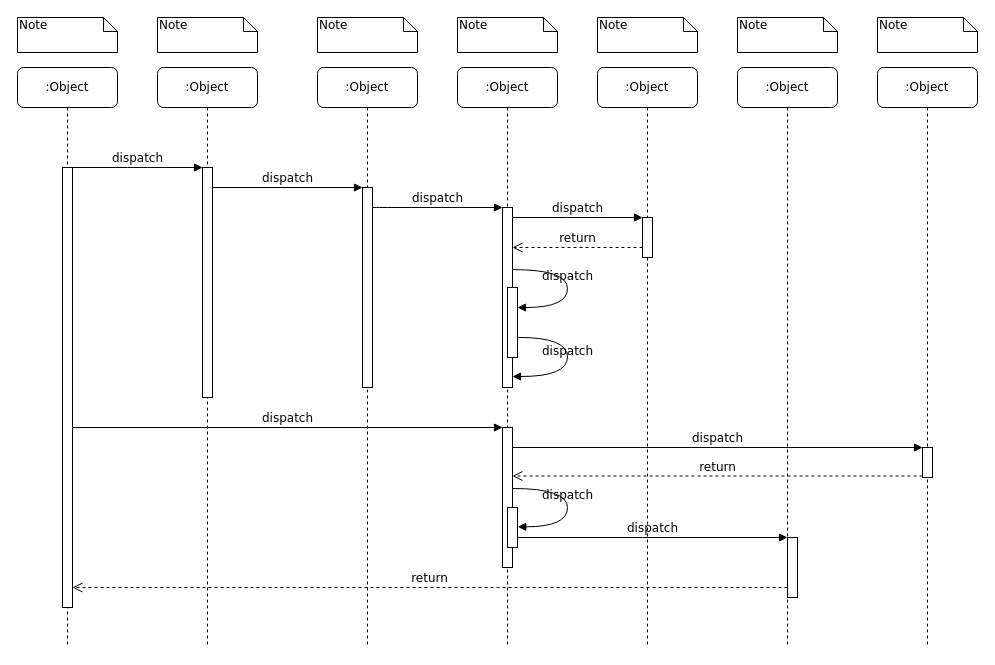
Earlier version of the draw.io diagram State Diagram.drawio (flamingosoft/uml). Source tidied: cells renumbered, new cells numbered last; positions are measured from the earlier drawing's top-left corner, leaving out a move shared by most shapes. Both pictures are drawn from the tidied source at 100%, with x=0, y=0 at pixel (17, 17).
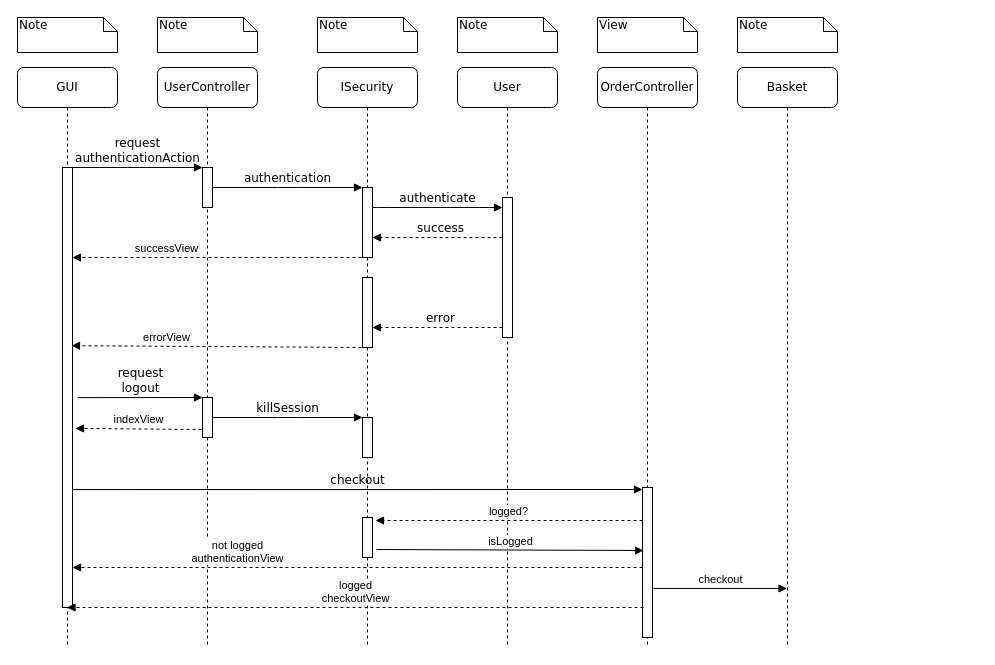
The same diagram, later.

Unchanged cells that the change refers to:
```xml
<mxCell id="11" style="html=1;points=[];perimeter=orthogonalPerimeter;rounded=0;shadow=0;comic=0;labelBackgroundColor=none;strokeWidth=1;fontFamily=Verdana;fontSize=12;align=center;" parent="10" vertex="1">
  <mxGeometry x="45" y="100" width="10" height="440" as="geometry" />
</mxCell>
```

Diff of the diagram source:
```diff
@@
-    <mxCell id="2" value=":Object" style="shape=umlLifeline;perimeter=lifelinePerimeter;whiteSpace=wrap;html=1;rounded=1;shadow=0;comic=0;labelBackgroundColor=none;strokeWidth=1;fontFamily=Verdana;fontSize=12;align=center;" parent="1" vertex="1">
+    <mxCell id="2" value="UserController" style="shape=umlLifeline;perimeter=lifelinePerimeter;whiteSpace=wrap;html=1;rounded=1;shadow=0;comic=0;labelBackgroundColor=none;strokeWidth=1;fontFamily=Verdana;fontSize=12;align=center;" parent="1" vertex="1">
       <mxGeometry x="140" y="50" width="100" height="580" as="geometry" />
     </mxCell>
     <mxCell id="3" style="html=1;points=[];perimeter=orthogonalPerimeter;rounded=0;shadow=0;comic=0;labelBackgroundColor=none;strokeWidth=1;fontFamily=Verdana;fontSize=12;align=center;" parent="2" vertex="1">
-      <mxGeometry x="45" y="100" width="10" height="230" as="geometry" />
+      <mxGeometry x="45" y="100" width="10" height="40" as="geometry" />
     </mxCell>
+    <mxCell id="39" style="html=1;points=[];perimeter=orthogonalPerimeter;rounded=0;shadow=0;comic=0;labelBackgroundColor=none;strokeWidth=1;fontFamily=Verdana;fontSize=12;align=center;" parent="2" vertex="1">
+      <mxGeometry x="45" y="330" width="10" height="40" as="geometry" />
+    </mxCell>
-    <mxCell id="4" value=":Object" style="shape=umlLifeline;perimeter=lifelinePerimeter;whiteSpace=wrap;html=1;rounded=1;shadow=0;comic=0;labelBackgroundColor=none;strokeWidth=1;fontFamily=Verdana;fontSize=12;align=center;" parent="1" vertex="1">
+    <mxCell id="4" value="ISecurity" style="shape=umlLifeline;perimeter=lifelinePerimeter;whiteSpace=wrap;html=1;rounded=1;shadow=0;comic=0;labelBackgroundColor=none;strokeWidth=1;fontFamily=Verdana;fontSize=12;align=center;" parent="1" vertex="1">
       <mxGeometry x="300" y="50" width="100" height="580" as="geometry" />
     </mxCell>
     <mxCell id="5" style="html=1;points=[];perimeter=orthogonalPerimeter;rounded=0;shadow=0;comic=0;labelBackgroundColor=none;strokeWidth=1;fontFamily=Verdana;fontSize=12;align=center;" parent="4" vertex="1">
-      <mxGeometry x="45" y="120" width="10" height="200" as="geometry" />
+      <mxGeometry x="45" y="120" width="10" height="70" as="geometry" />
     </mxCell>
+    <mxCell id="40" value="successView" style="html=1;verticalAlign=bottom;endArrow=block;dashed=1;" parent="4" edge="1" target="11">
+      <mxGeometry x="0.36" relative="1" as="geometry">
+        <mxPoint x="50" y="190" as="sourcePoint" />
+      </mxGeometry>
+    </mxCell>
+    <mxCell id="41" style="html=1;points=[];perimeter=orthogonalPerimeter;rounded=0;shadow=0;comic=0;labelBackgroundColor=none;strokeWidth=1;fontFamily=Verdana;fontSize=12;align=center;" parent="4" vertex="1">
+      <mxGeometry x="45" y="210" width="10" height="70" as="geometry" />
+    </mxCell>
+    <mxCell id="42" value="errorView" style="html=1;verticalAlign=bottom;endArrow=block;entryX=0.9;entryY=0.405;entryDx=0;entryDy=0;entryPerimeter=0;dashed=1;" parent="4" edge="1" target="11">
+      <mxGeometry x="0.36" relative="1" as="geometry">
+        <mxPoint x="50" y="280" as="sourcePoint" />
+      </mxGeometry>
+    </mxCell>
+    <mxCell id="43" value="error" style="html=1;verticalAlign=bottom;endArrow=block;labelBackgroundColor=none;fontFamily=Verdana;fontSize=12;edgeStyle=elbowEdgeStyle;elbow=vertical;dashed=1;" parent="4" edge="1" target="41">
+      <mxGeometry x="-0.04" relative="1" as="geometry">
+        <mxPoint x="185" y="260" as="sourcePoint" />
+        <Array as="points">
+          <mxPoint x="160" y="260" />
+        </Array>
+      </mxGeometry>
+    </mxCell>
+    <mxCell id="44" style="html=1;points=[];perimeter=orthogonalPerimeter;rounded=0;shadow=0;comic=0;labelBackgroundColor=none;strokeWidth=1;fontFamily=Verdana;fontSize=12;align=center;" parent="4" vertex="1">
+      <mxGeometry x="45" y="350" width="10" height="40" as="geometry" />
+    </mxCell>
+    <mxCell id="45" style="html=1;points=[];perimeter=orthogonalPerimeter;rounded=0;shadow=0;comic=0;labelBackgroundColor=none;strokeWidth=1;fontFamily=Verdana;fontSize=12;align=center;" parent="4" vertex="1">
+      <mxGeometry x="45" y="450" width="10" height="40" as="geometry" />
+    </mxCell>
-    <mxCell id="6" value=":Object" style="shape=umlLifeline;perimeter=lifelinePerimeter;whiteSpace=wrap;html=1;rounded=1;shadow=0;comic=0;labelBackgroundColor=none;strokeWidth=1;fontFamily=Verdana;fontSize=12;align=center;" parent="1" vertex="1">
+    <mxCell id="6" value="User" style="shape=umlLifeline;perimeter=lifelinePerimeter;whiteSpace=wrap;html=1;rounded=1;shadow=0;comic=0;labelBackgroundColor=none;strokeWidth=1;fontFamily=Verdana;fontSize=12;align=center;" parent="1" vertex="1">
       <mxGeometry x="440" y="50" width="100" height="580" as="geometry" />
     </mxCell>
-    <mxCell id="7" value=":Object" style="shape=umlLifeline;perimeter=lifelinePerimeter;whiteSpace=wrap;html=1;rounded=1;shadow=0;comic=0;labelBackgroundColor=none;strokeWidth=1;fontFamily=Verdana;fontSize=12;align=center;" parent="1" vertex="1">
+    <mxCell id="7" value="OrderController" style="shape=umlLifeline;perimeter=lifelinePerimeter;whiteSpace=wrap;html=1;rounded=1;shadow=0;comic=0;labelBackgroundColor=none;strokeWidth=1;fontFamily=Verdana;fontSize=12;align=center;" parent="1" vertex="1">
       <mxGeometry x="580" y="50" width="100" height="580" as="geometry" />
     </mxCell>
+    <mxCell id="46" style="html=1;points=[];perimeter=orthogonalPerimeter;rounded=0;shadow=0;comic=0;labelBackgroundColor=none;strokeWidth=1;fontFamily=Verdana;fontSize=12;align=center;" parent="7" vertex="1">
+      <mxGeometry x="45" y="420" width="10" height="150" as="geometry" />
+    </mxCell>
-    <mxCell id="8" value=":Object" style="shape=umlLifeline;perimeter=lifelinePerimeter;whiteSpace=wrap;html=1;outlineConnect=0;rounded=1;shadow=0;comic=0;labelBackgroundColor=none;strokeWidth=1;fontFamily=Verdana;fontSize=12;align=center;" parent="1" vertex="1">
+    <mxCell id="8" value="Basket" style="shape=umlLifeline;perimeter=lifelinePerimeter;whiteSpace=wrap;html=1;outlineConnect=0;rounded=1;shadow=0;comic=0;labelBackgroundColor=none;strokeWidth=1;fontFamily=Verdana;fontSize=12;align=center;" parent="1" vertex="1">
       <mxGeometry x="720" y="50" width="100" height="580" as="geometry" />
     </mxCell>
-    <mxCell id="9" value=":Object" style="shape=umlLifeline;perimeter=lifelinePerimeter;whiteSpace=wrap;html=1;rounded=1;shadow=0;comic=0;labelBackgroundColor=none;strokeWidth=1;fontFamily=Verdana;fontSize=12;align=center;" parent="1" vertex="1">
-      <mxGeometry x="860" y="50" width="100" height="580" as="geometry" />
-    </mxCell>
-    <mxCell id="10" value=":Object" style="shape=umlLifeline;perimeter=lifelinePerimeter;whiteSpace=wrap;html=1;outlineConnect=0;rounded=1;shadow=0;comic=0;labelBackgroundColor=none;strokeWidth=1;fontFamily=Verdana;fontSize=12;align=center;" parent="1" vertex="1">
+    <mxCell id="10" value="GUI" style="shape=umlLifeline;perimeter=lifelinePerimeter;whiteSpace=wrap;html=1;outlineConnect=0;rounded=1;shadow=0;comic=0;labelBackgroundColor=none;strokeWidth=1;fontFamily=Verdana;fontSize=12;align=center;" parent="1" vertex="1">
       <mxGeometry y="50" width="100" height="580" as="geometry" />
     </mxCell>
@@
     <mxCell id="12" style="html=1;points=[];perimeter=orthogonalPerimeter;rounded=0;shadow=0;comic=0;labelBackgroundColor=none;strokeWidth=1;fontFamily=Verdana;fontSize=12;align=center;" parent="1" vertex="1">
-      <mxGeometry x="485" y="190" width="10" height="180" as="geometry" />
+      <mxGeometry x="485" y="180" width="10" height="140" as="geometry" />
     </mxCell>
-    <mxCell id="13" value="dispatch" style="html=1;verticalAlign=bottom;endArrow=block;labelBackgroundColor=none;fontFamily=Verdana;fontSize=12;edgeStyle=elbowEdgeStyle;elbow=vertical;" parent="1" edge="1" source="5" target="12">
+    <mxCell id="13" value="authenticate" style="html=1;verticalAlign=bottom;endArrow=block;labelBackgroundColor=none;fontFamily=Verdana;fontSize=12;edgeStyle=elbowEdgeStyle;elbow=vertical;" parent="1" edge="1" source="5" target="12">
       <mxGeometry relative="1" as="geometry">
         <Array as="points">
           <mxPoint x="360" y="190" />
         </Array>
       </mxGeometry>
     </mxCell>
-    <mxCell id="14" style="html=1;points=[];perimeter=orthogonalPerimeter;rounded=0;shadow=0;comic=0;labelBackgroundColor=none;strokeWidth=1;fontFamily=Verdana;fontSize=12;align=center;" parent="1" vertex="1">
-      <mxGeometry x="625" y="200" width="10" height="40" as="geometry" />
-    </mxCell>
-    <mxCell id="15" value="dispatch" style="html=1;verticalAlign=bottom;endArrow=block;entryX=0;entryY=0;labelBackgroundColor=none;fontFamily=Verdana;fontSize=12;edgeStyle=elbowEdgeStyle;elbow=vertical;" parent="1" edge="1" source="12" target="14">
-      <mxGeometry relative="1" as="geometry" />
+    <mxCell id="15" value="success" style="html=1;verticalAlign=bottom;endArrow=block;labelBackgroundColor=none;fontFamily=Verdana;fontSize=12;edgeStyle=elbowEdgeStyle;elbow=vertical;dashed=1;" parent="1" edge="1" source="12" target="5">
+      <mxGeometry x="-0.04" relative="1" as="geometry">
+        <Array as="points">
+          <mxPoint x="460" y="220" />
+        </Array>
+      </mxGeometry>
     </mxCell>
-    <mxCell id="16" value="return" style="html=1;verticalAlign=bottom;endArrow=open;dashed=1;endSize=8;labelBackgroundColor=none;fontFamily=Verdana;fontSize=12;edgeStyle=elbowEdgeStyle;elbow=vertical;" parent="1" edge="1" source="14" target="12">
-      <mxGeometry relative="1" as="geometry">
-        <Array as="points">
-          <mxPoint x="570" y="230" />
-          <mxPoint x="600" y="230" />
-        </Array>
-      </mxGeometry>
-    </mxCell>
-    <mxCell id="17" style="html=1;points=[];perimeter=orthogonalPerimeter;rounded=0;shadow=0;comic=0;labelBackgroundColor=none;strokeWidth=1;fontFamily=Verdana;fontSize=12;align=center;" parent="1" vertex="1">
-      <mxGeometry x="485" y="410" width="10" height="140" as="geometry" />
-    </mxCell>
-    <mxCell id="18" value="dispatch" style="html=1;verticalAlign=bottom;endArrow=block;entryX=0;entryY=0;labelBackgroundColor=none;fontFamily=Verdana;fontSize=12;" parent="1" edge="1" source="11" target="17">
-      <mxGeometry relative="1" as="geometry" />
-    </mxCell>
-    <mxCell id="19" style="html=1;points=[];perimeter=orthogonalPerimeter;rounded=0;shadow=0;comic=0;labelBackgroundColor=none;strokeColor=#000000;strokeWidth=1;fillColor=#FFFFFF;fontFamily=Verdana;fontSize=12;fontColor=#000000;align=center;" parent="1" vertex="1">
-      <mxGeometry x="905" y="430" width="10" height="30" as="geometry" />
-    </mxCell>
-    <mxCell id="20" value="dispatch" style="html=1;verticalAlign=bottom;endArrow=block;entryX=0;entryY=0;labelBackgroundColor=none;fontFamily=Verdana;fontSize=12;" parent="1" edge="1" source="17" target="19">
-      <mxGeometry relative="1" as="geometry" />
-    </mxCell>
-    <mxCell id="21" value="return" style="html=1;verticalAlign=bottom;endArrow=open;dashed=1;endSize=8;exitX=0;exitY=0.95;labelBackgroundColor=none;fontFamily=Verdana;fontSize=12;" parent="1" edge="1" source="19" target="17">
-      <mxGeometry relative="1" as="geometry" />
-    </mxCell>
-    <mxCell id="22" style="html=1;points=[];perimeter=orthogonalPerimeter;rounded=0;shadow=0;comic=0;labelBackgroundColor=none;strokeWidth=1;fontFamily=Verdana;fontSize=12;align=center;" parent="1" vertex="1">
-      <mxGeometry x="770" y="520" width="10" height="60" as="geometry" />
-    </mxCell>
-    <mxCell id="23" value="dispatch" style="html=1;verticalAlign=bottom;endArrow=block;entryX=0;entryY=0;labelBackgroundColor=none;fontFamily=Verdana;fontSize=12;edgeStyle=elbowEdgeStyle;elbow=vertical;" parent="1" edge="1" source="30" target="22">
-      <mxGeometry relative="1" as="geometry" />
-    </mxCell>
-    <mxCell id="24" value="return" style="html=1;verticalAlign=bottom;endArrow=open;dashed=1;endSize=8;labelBackgroundColor=none;fontFamily=Verdana;fontSize=12;edgeStyle=elbowEdgeStyle;elbow=vertical;" parent="1" edge="1" source="22" target="11">
-      <mxGeometry relative="1" as="geometry">
-        <Array as="points">
-          <mxPoint x="470" y="570" />
-        </Array>
-      </mxGeometry>
-    </mxCell>
-    <mxCell id="25" value="dispatch" style="html=1;verticalAlign=bottom;endArrow=block;entryX=0;entryY=0;labelBackgroundColor=none;fontFamily=Verdana;fontSize=12;edgeStyle=elbowEdgeStyle;elbow=vertical;" parent="1" edge="1" source="11" target="3">
+    <mxCell id="25" value="request&lt;br&gt;authenticationAction" style="html=1;verticalAlign=bottom;endArrow=block;entryX=0;entryY=0;labelBackgroundColor=none;fontFamily=Verdana;fontSize=12;edgeStyle=elbowEdgeStyle;elbow=vertical;" parent="1" edge="1" source="11" target="3">
       <mxGeometry relative="1" as="geometry" />
     </mxCell>
-    <mxCell id="26" value="dispatch" style="html=1;verticalAlign=bottom;endArrow=block;entryX=0;entryY=0;labelBackgroundColor=none;fontFamily=Verdana;fontSize=12;edgeStyle=elbowEdgeStyle;elbow=vertical;" parent="1" edge="1" source="3" target="5">
+    <mxCell id="26" value="authentication" style="html=1;verticalAlign=bottom;endArrow=block;entryX=0;entryY=0;labelBackgroundColor=none;fontFamily=Verdana;fontSize=12;edgeStyle=elbowEdgeStyle;elbow=vertical;" parent="1" edge="1" source="3" target="5">
       <mxGeometry relative="1" as="geometry" />
     </mxCell>
-    <mxCell id="27" style="html=1;points=[];perimeter=orthogonalPerimeter;rounded=0;shadow=0;comic=0;labelBackgroundColor=none;strokeWidth=1;fontFamily=Verdana;fontSize=12;align=center;" parent="1" vertex="1">
-      <mxGeometry x="490" y="270" width="10" height="70" as="geometry" />
-    </mxCell>
-    <mxCell id="28" value="dispatch" style="html=1;verticalAlign=bottom;endArrow=block;labelBackgroundColor=none;fontFamily=Verdana;fontSize=12;elbow=vertical;edgeStyle=orthogonalEdgeStyle;curved=1;entryX=1;entryY=0.286;entryPerimeter=0;exitX=1.038;exitY=0.345;exitPerimeter=0;" parent="1" edge="1" source="12" target="27">
-      <mxGeometry relative="1" as="geometry">
-        <Array as="points">
-          <mxPoint x="550" y="252" />
-          <mxPoint x="550" y="290" />
-        </Array>
-      </mxGeometry>
-    </mxCell>
-    <mxCell id="29" value="dispatch" style="html=1;verticalAlign=bottom;endArrow=block;labelBackgroundColor=none;fontFamily=Verdana;fontSize=12;elbow=vertical;edgeStyle=orthogonalEdgeStyle;curved=1;exitX=1.066;exitY=0.713;exitPerimeter=0;" parent="1" edge="1" source="27">
-      <mxGeometry relative="1" as="geometry">
-        <mxPoint x="495" y="359" as="targetPoint" />
-        <Array as="points">
-          <mxPoint x="550" y="320" />
-          <mxPoint x="550" y="359" />
-        </Array>
-      </mxGeometry>
-    </mxCell>
-    <mxCell id="30" style="html=1;points=[];perimeter=orthogonalPerimeter;rounded=0;shadow=0;comic=0;labelBackgroundColor=none;strokeWidth=1;fontFamily=Verdana;fontSize=12;align=center;" parent="1" vertex="1">
-      <mxGeometry x="490" y="490" width="10" height="40" as="geometry" />
-    </mxCell>
-    <mxCell id="31" value="dispatch" style="html=1;verticalAlign=bottom;endArrow=block;labelBackgroundColor=none;fontFamily=Verdana;fontSize=12;elbow=vertical;edgeStyle=orthogonalEdgeStyle;curved=1;entryX=1;entryY=0.286;entryPerimeter=0;exitX=1.038;exitY=0.345;exitPerimeter=0;" parent="1" edge="1">
-      <mxGeometry relative="1" as="geometry">
-        <mxPoint x="495.3" y="471" as="sourcePoint" />
-        <mxPoint x="500.3" y="509.3" as="targetPoint" />
-        <Array as="points">
-          <mxPoint x="550" y="471" />
-          <mxPoint x="550" y="509" />
-        </Array>
-      </mxGeometry>
-    </mxCell>
@@
-    <mxCell id="36" value="Note" style="shape=note;whiteSpace=wrap;html=1;size=14;verticalAlign=top;align=left;spacingTop=-6;rounded=0;shadow=0;comic=0;labelBackgroundColor=none;strokeWidth=1;fontFamily=Verdana;fontSize=12;" parent="1" vertex="1">
+    <mxCell id="36" value="View" style="shape=note;whiteSpace=wrap;html=1;size=14;verticalAlign=top;align=left;spacingTop=-6;rounded=0;shadow=0;comic=0;labelBackgroundColor=none;strokeWidth=1;fontFamily=Verdana;fontSize=12;" parent="1" vertex="1">
       <mxGeometry x="580" width="100" height="35" as="geometry" />
     </mxCell>
@@
-    <mxCell id="38" value="Note" style="shape=note;whiteSpace=wrap;html=1;size=14;verticalAlign=top;align=left;spacingTop=-6;rounded=0;shadow=0;comic=0;labelBackgroundColor=none;strokeWidth=1;fontFamily=Verdana;fontSize=12;" parent="1" vertex="1">
-      <mxGeometry x="860" width="100" height="35" as="geometry" />
-    </mxCell>
+    <mxCell id="47" value="killSession" style="html=1;verticalAlign=bottom;endArrow=block;entryX=0;entryY=0;labelBackgroundColor=none;fontFamily=Verdana;fontSize=12;edgeStyle=elbowEdgeStyle;elbow=vertical;" parent="1" edge="1" source="39" target="44">
+      <mxGeometry relative="1" as="geometry" />
+    </mxCell>
+    <mxCell id="48" value="request&lt;br&gt;logout" style="html=1;verticalAlign=bottom;endArrow=block;entryX=0;entryY=0;labelBackgroundColor=none;fontFamily=Verdana;fontSize=12;edgeStyle=elbowEdgeStyle;elbow=vertical;exitX=1.5;exitY=0.523;exitDx=0;exitDy=0;exitPerimeter=0;" parent="1" edge="1" source="11" target="39">
+      <mxGeometry relative="1" as="geometry" />
+    </mxCell>
+    <mxCell id="49" value="indexView" style="html=1;verticalAlign=bottom;endArrow=block;exitX=-0.1;exitY=0.8;exitDx=0;exitDy=0;exitPerimeter=0;entryX=1.3;entryY=0.593;entryDx=0;entryDy=0;entryPerimeter=0;dashed=1;" parent="1" edge="1" source="39" target="11">
+      <mxGeometry relative="1" as="geometry" />
+    </mxCell>
+    <mxCell id="50" value="checkout" style="html=1;verticalAlign=bottom;endArrow=block;labelBackgroundColor=none;fontFamily=Verdana;fontSize=12;edgeStyle=elbowEdgeStyle;elbow=vertical;exitX=1;exitY=0.732;exitDx=0;exitDy=0;exitPerimeter=0;" parent="1" edge="1" source="11" target="46">
+      <mxGeometry relative="1" as="geometry" />
+    </mxCell>
+    <mxCell id="51" value="logged?" style="html=1;verticalAlign=bottom;endArrow=block;entryX=1.3;entryY=0.075;entryDx=0;entryDy=0;entryPerimeter=0;dashed=1;" parent="1" edge="1" source="46" target="45">
+      <mxGeometry relative="1" as="geometry" />
+    </mxCell>
+    <mxCell id="52" value="isLogged" style="html=1;verticalAlign=bottom;endArrow=block;exitX=1.4;exitY=0.8;exitDx=0;exitDy=0;exitPerimeter=0;entryX=0.1;entryY=0.42;entryDx=0;entryDy=0;entryPerimeter=0;" parent="1" edge="1" source="45" target="46">
+      <mxGeometry relative="1" as="geometry" />
+    </mxCell>
+    <mxCell id="53" value="not logged&lt;br&gt;authenticationView" style="html=1;verticalAlign=bottom;endArrow=block;dashed=1;" parent="1" edge="1" source="46" target="11">
+      <mxGeometry x="0.42" relative="1" as="geometry">
+        <Array as="points">
+          <mxPoint x="370" y="550" />
+          <mxPoint x="120" y="550" />
+        </Array>
+      </mxGeometry>
+    </mxCell>
+    <mxCell id="54" value="logged&lt;br&gt;checkoutView" style="html=1;verticalAlign=bottom;endArrow=block;exitX=0.1;exitY=0.8;exitDx=0;exitDy=0;exitPerimeter=0;dashed=1;" parent="1" edge="1" source="46" target="10">
+      <mxGeometry relative="1" as="geometry" />
+    </mxCell>
+    <mxCell id="55" value="checkout" style="html=1;verticalAlign=bottom;endArrow=block;exitX=1.1;exitY=0.673;exitDx=0;exitDy=0;exitPerimeter=0;" parent="1" edge="1" source="46" target="8">
+      <mxGeometry relative="1" as="geometry" />
+    </mxCell>
```
